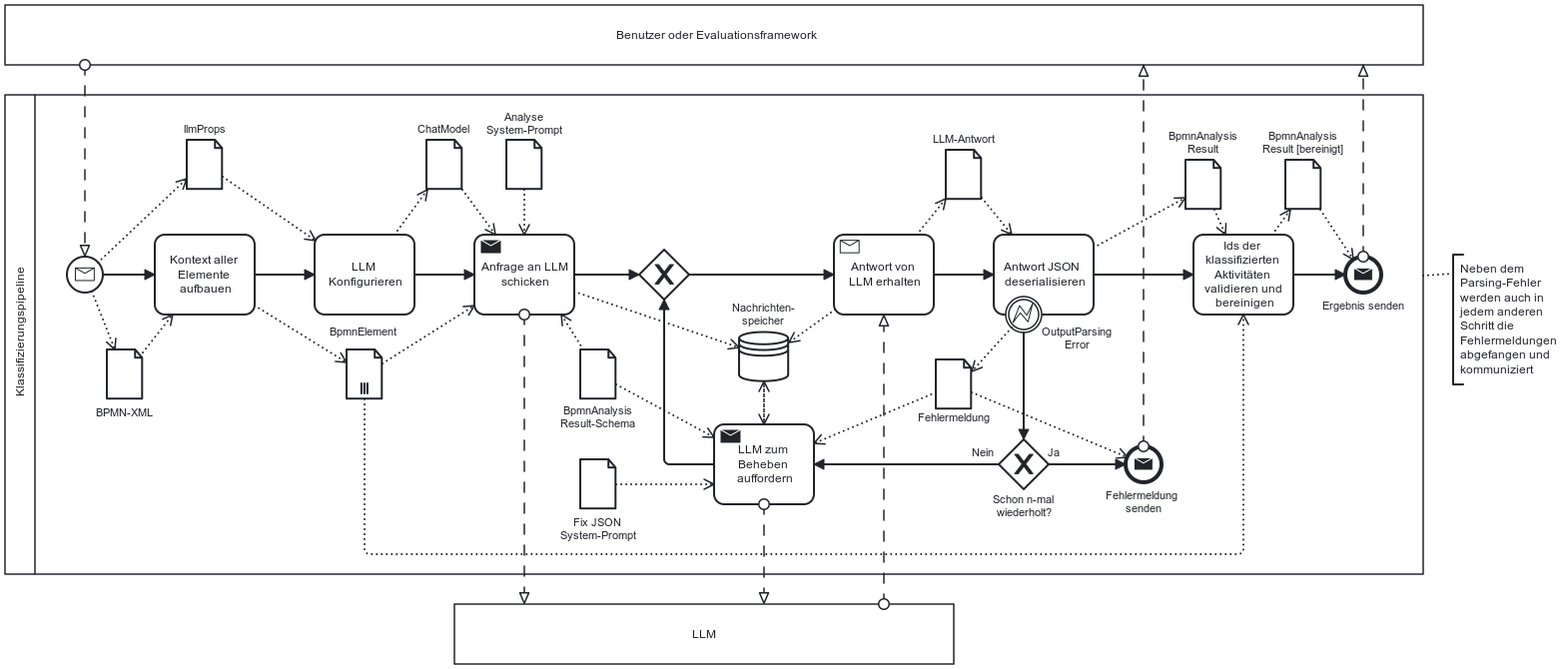
The BPMN diagram thesis/images/classification/classification-pipeline-diagram.png in MertenD/gripl-master-thesis, before a commit. Its source is kept beside it as thesis/images/classification/classification-pipeline-diagram.bpmn. Ids are renumbered.
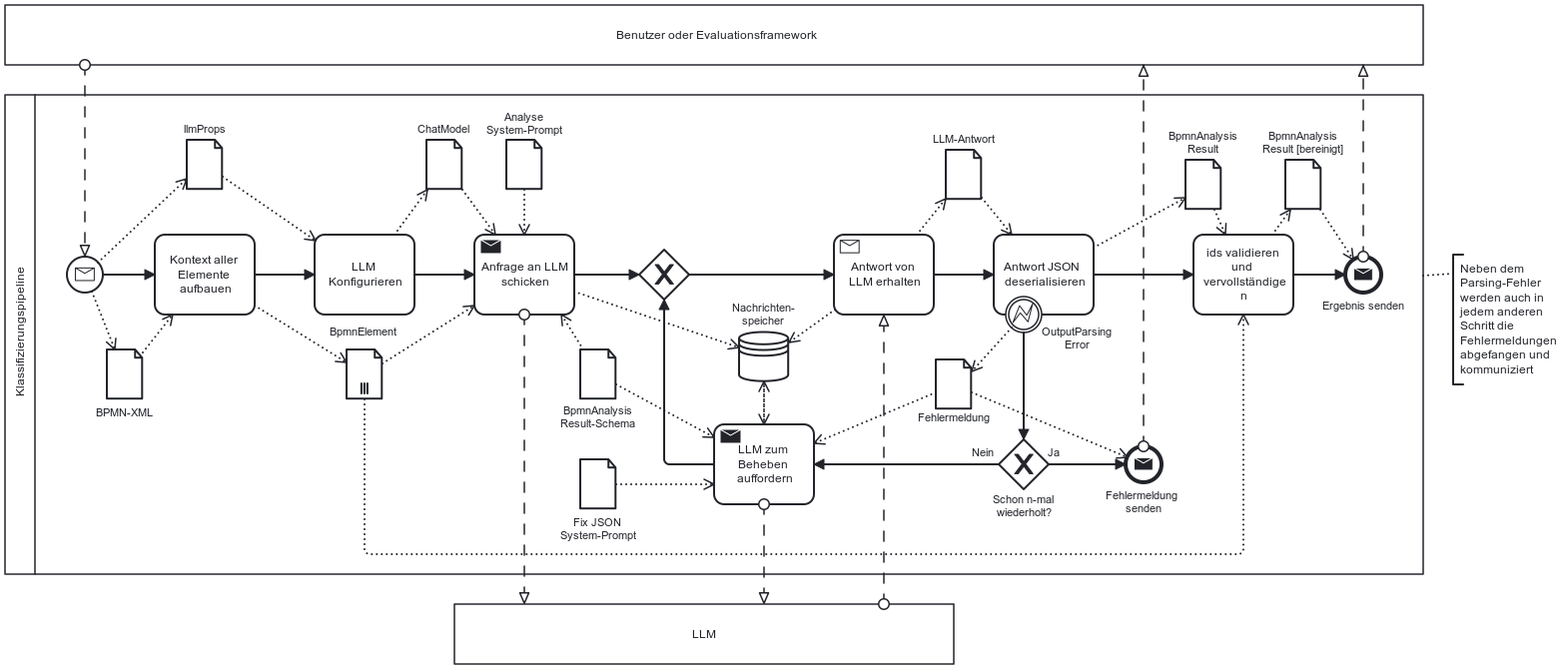
The same file after the commit.

Commit message:
Reference classification diagram in text and explain validation mechanics in more detail

Change to the diagram source:
```diff
@@ -166,7 +166,7 @@
     <bpmn:dataObjectReference id="DataObjectReference_n47" name="BpmnAnalysis&#10;Result-Schema" dataObjectRef="DataObject_n85" />
     <bpmn:dataObject id="DataObject_n85" />
     <bpmn:sequenceFlow id="Flow_n59" sourceRef="Activity_n57" targetRef="Activity_n86" />
-    <bpmn:task id="Activity_n86" name="Ids der klassifizierten Aktivitäten validieren und bereinigen">
+    <bpmn:task id="Activity_n86" name="ids validieren und vervollständigen">
       <bpmn:incoming>Flow_n59</bpmn:incoming>
       <bpmn:outgoing>Flow_n87</bpmn:outgoing>
       <bpmn:property id="Property_n88" name="__targetRef_placeholder" />
@@ -394,18 +394,18 @@
         <di:waypoint x="1450" y="350" />
         <di:waypoint x="1502" y="350" />
       </bpmndi:BPMNEdge>
+      <bpmndi:BPMNShape id="Participant_n5_di" bpmnElement="Participant_n5" isHorizontal="true">
+        <dc:Bounds x="610" y="680" width="500" height="60" />
+        <bpmndi:BPMNLabel />
+      </bpmndi:BPMNShape>
       <bpmndi:BPMNShape id="Participant_n6_di" bpmnElement="Participant_n6" isHorizontal="true">
         <dc:Bounds x="160" y="80" width="1420" height="60" />
         <bpmndi:BPMNLabel />
       </bpmndi:BPMNShape>
-      <bpmndi:BPMNShape id="Participant_n5_di" bpmnElement="Participant_n5" isHorizontal="true">
-        <dc:Bounds x="610" y="680" width="500" height="60" />
+      <bpmndi:BPMNShape id="TextAnnotation_n19_di" bpmnElement="TextAnnotation_n19">
+        <dc:Bounds x="1610" y="330" width="110.00773466422582" height="130.00387264876414" />
         <bpmndi:BPMNLabel />
       </bpmndi:BPMNShape>
-      <bpmndi:BPMNEdge id="Association_n20_di" bpmnElement="Association_n20">
-        <di:waypoint x="1580" y="351" />
-        <di:waypoint x="1610" y="349" />
-      </bpmndi:BPMNEdge>
       <bpmndi:BPMNEdge id="DataOutputAssociation_n22_di" bpmnElement="DataOutputAssociation_n22">
         <di:waypoint x="247" y="367" />
         <di:waypoint x="270" y="425" />
@@ -486,9 +486,27 @@
         <di:waypoint x="991" y="385" />
         <di:waypoint x="945" y="418" />
       </bpmndi:BPMNEdge>
+      <bpmndi:BPMNEdge id="DataInputAssociation_n89_di" bpmnElement="DataInputAssociation_n89">
+        <di:waypoint x="1371" y="285" />
+        <di:waypoint x="1382" y="310" />
+      </bpmndi:BPMNEdge>
+      <bpmndi:BPMNEdge id="DataInputAssociation_n90_di" bpmnElement="DataInputAssociation_n90">
+        <di:waypoint x="520" y="475" />
+        <di:waypoint x="520" y="630" />
+        <di:waypoint x="1400" y="630" />
+        <di:waypoint x="1400" y="390" />
+      </bpmndi:BPMNEdge>
+      <bpmndi:BPMNEdge id="DataOutputAssociation_n91_di" bpmnElement="DataOutputAssociation_n91">
+        <di:waypoint x="1429" y="310" />
+        <di:waypoint x="1447" y="285" />
+      </bpmndi:BPMNEdge>
       <bpmndi:BPMNEdge id="DataInputAssociation_n96_di" bpmnElement="DataInputAssociation_n96">
         <di:waypoint x="1128" y="468" />
         <di:waypoint x="1284" y="533" />
+      </bpmndi:BPMNEdge>
+      <bpmndi:BPMNEdge id="DataInputAssociation_n99_di" bpmnElement="DataInputAssociation_n99">
+        <di:waypoint x="1477" y="285" />
+        <di:waypoint x="1510" y="335" />
       </bpmndi:BPMNEdge>
       <bpmndi:BPMNEdge id="Flow_n7_di" bpmnElement="Flow_n7">
         <di:waypoint x="240" y="140" />
@@ -514,32 +532,14 @@
         <di:waypoint x="1300" y="522" />
         <di:waypoint x="1300" y="140" />
       </bpmndi:BPMNEdge>
+      <bpmndi:BPMNEdge id="Association_n20_di" bpmnElement="Association_n20">
+        <di:waypoint x="1580" y="351" />
+        <di:waypoint x="1610" y="349" />
+      </bpmndi:BPMNEdge>
       <bpmndi:BPMNEdge id="DataOutputAssociation_n81_di" bpmnElement="DataOutputAssociation_n81">
         <di:waypoint x="1168" y="403" />
         <di:waypoint x="1128" y="447" />
       </bpmndi:BPMNEdge>
-      <bpmndi:BPMNEdge id="DataInputAssociation_n90_di" bpmnElement="DataInputAssociation_n90">
-        <di:waypoint x="520" y="475" />
-        <di:waypoint x="520" y="630" />
-        <di:waypoint x="1400" y="630" />
-        <di:waypoint x="1400" y="390" />
-      </bpmndi:BPMNEdge>
-      <bpmndi:BPMNEdge id="DataInputAssociation_n89_di" bpmnElement="DataInputAssociation_n89">
-        <di:waypoint x="1371" y="285" />
-        <di:waypoint x="1382" y="310" />
-      </bpmndi:BPMNEdge>
-      <bpmndi:BPMNEdge id="DataOutputAssociation_n91_di" bpmnElement="DataOutputAssociation_n91">
-        <di:waypoint x="1429" y="310" />
-        <di:waypoint x="1447" y="285" />
-      </bpmndi:BPMNEdge>
-      <bpmndi:BPMNEdge id="DataInputAssociation_n99_di" bpmnElement="DataInputAssociation_n99">
-        <di:waypoint x="1477" y="285" />
-        <di:waypoint x="1510" y="335" />
-      </bpmndi:BPMNEdge>
-      <bpmndi:BPMNShape id="TextAnnotation_n19_di" bpmnElement="TextAnnotation_n19">
-        <dc:Bounds x="1610" y="330" width="110.00773466422582" height="130.00387264876414" />
-        <bpmndi:BPMNLabel />
-      </bpmndi:BPMNShape>
     </bpmndi:BPMNPlane>
   </bpmndi:BPMNDiagram>
 </bpmn:definitions>
```
